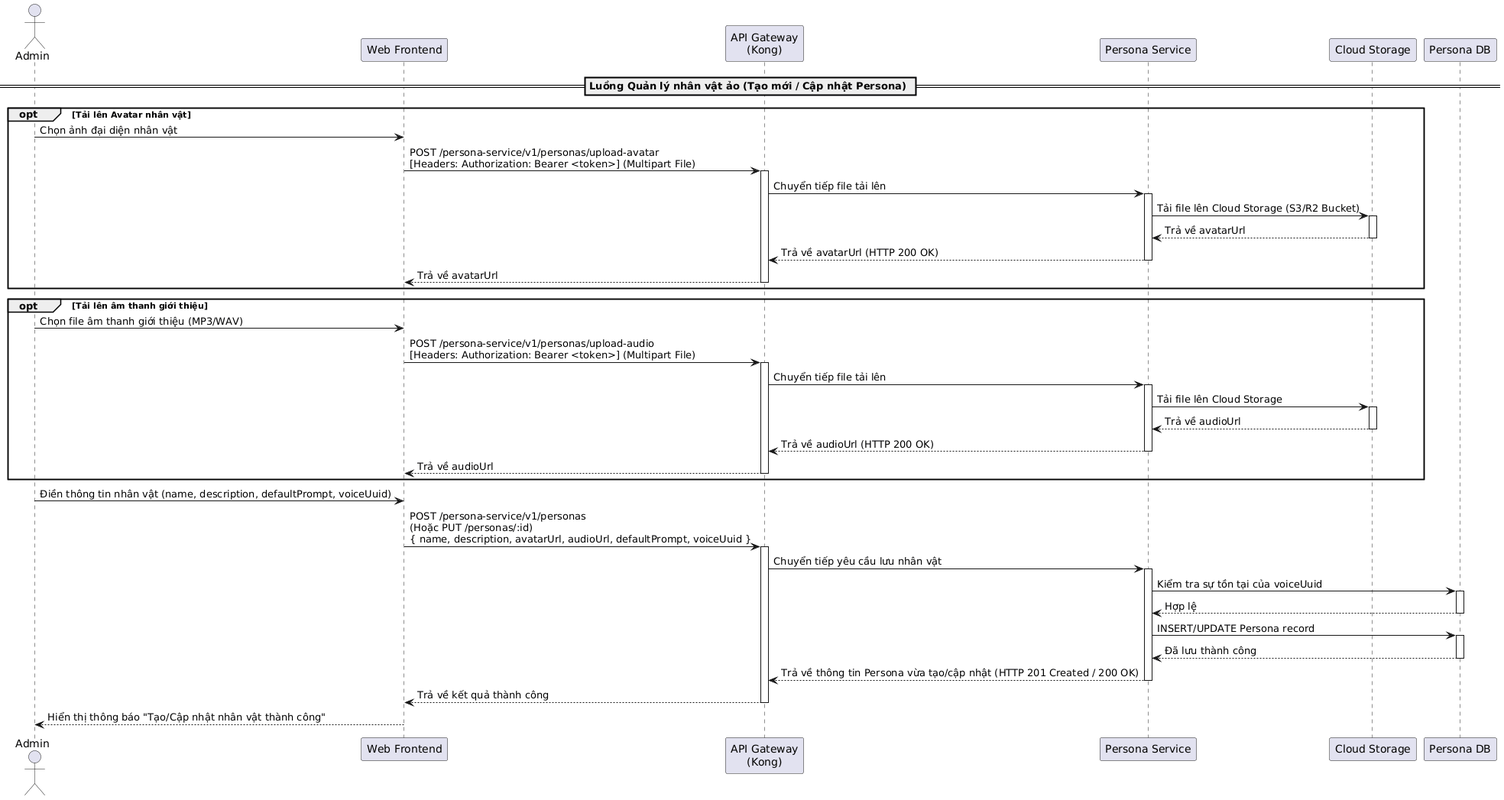
Above: temp/05-sequence/UML-Sequence-22.png in 20206205Tech/docs-uml (PlantUML), before the change.
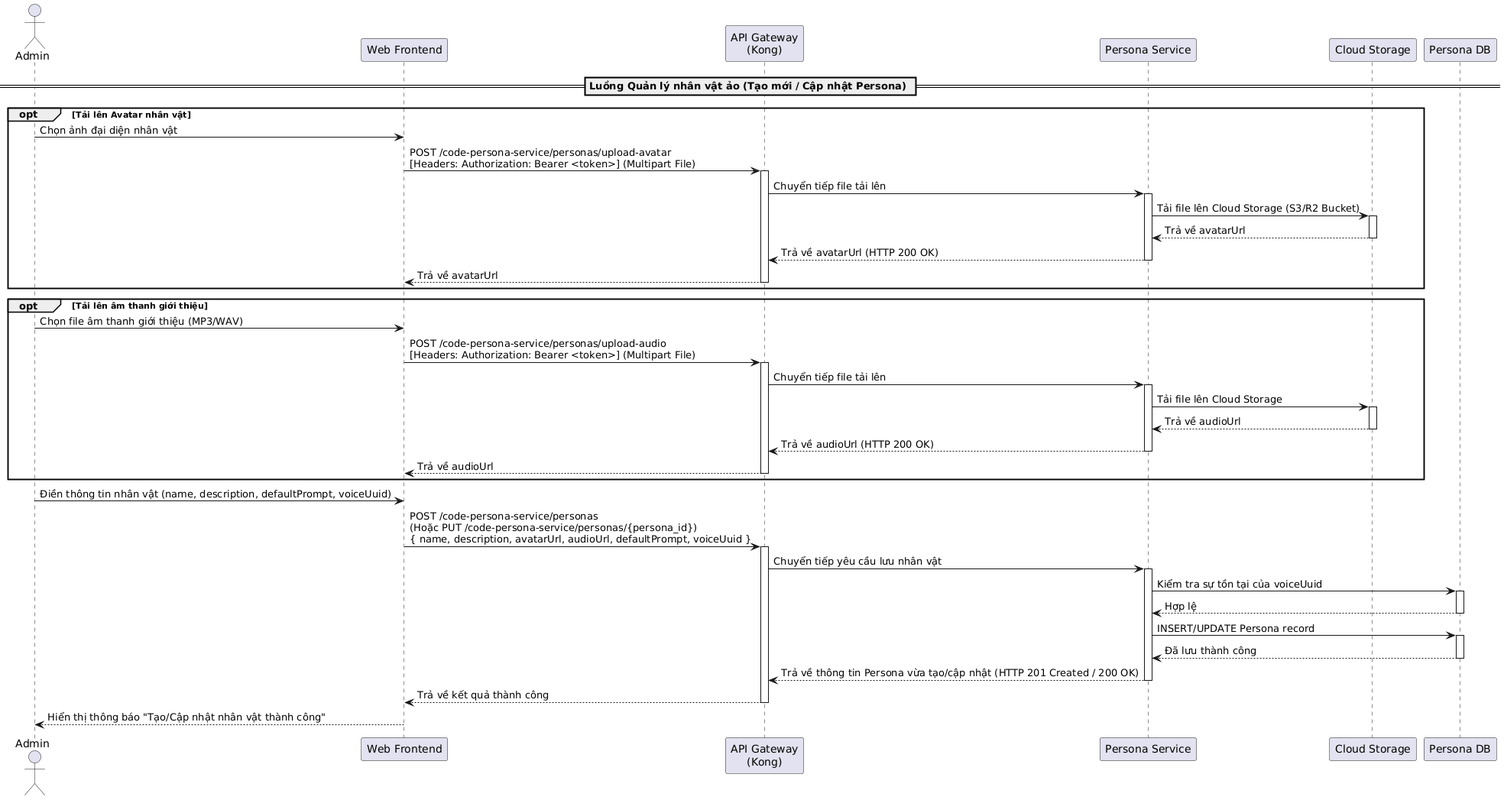
After the change.

What changed in the source:
```diff
@@ -9,7 +9,7 @@
 == Luồng Quản lý nhân vật ảo (Tạo mới / Cập nhật Persona) ==
 opt Tải lên Avatar nhân vật
     Admin -> Frontend: Chọn ảnh đại diện nhân vật
-    Frontend -> Kong: POST /persona-service/v1/personas/upload-avatar\n[Headers: Authorization: Bearer <token>] (Multipart File)
+    Frontend -> Kong: POST /code-persona-service/personas/upload-avatar\n[Headers: Authorization: Bearer <token>] (Multipart File)
     activate Kong
     Kong -> PersonaService: Chuyển tiếp file tải lên
     activate PersonaService
@@ -25,7 +25,7 @@
 
 opt Tải lên âm thanh giới thiệu
     Admin -> Frontend: Chọn file âm thanh giới thiệu (MP3/WAV)
-    Frontend -> Kong: POST /persona-service/v1/personas/upload-audio\n[Headers: Authorization: Bearer <token>] (Multipart File)
+    Frontend -> Kong: POST /code-persona-service/personas/upload-audio\n[Headers: Authorization: Bearer <token>] (Multipart File)
     activate Kong
     Kong -> PersonaService: Chuyển tiếp file tải lên
     activate PersonaService
@@ -40,7 +40,7 @@
 end
 
 Admin -> Frontend: Điền thông tin nhân vật (name, description, defaultPrompt, voiceUuid)
-Frontend -> Kong: POST /persona-service/v1/personas\n(Hoặc PUT /personas/:id)\n{ name, description, avatarUrl, audioUrl, defaultPrompt, voiceUuid }
+Frontend -> Kong: POST /code-persona-service/personas\n(Hoặc PUT /code-persona-service/personas/{persona_id})\n{ name, description, avatarUrl, audioUrl, defaultPrompt, voiceUuid }
 activate Kong
 Kong -> PersonaService: Chuyển tiếp yêu cầu lưu nhân vật
 activate PersonaService
```
